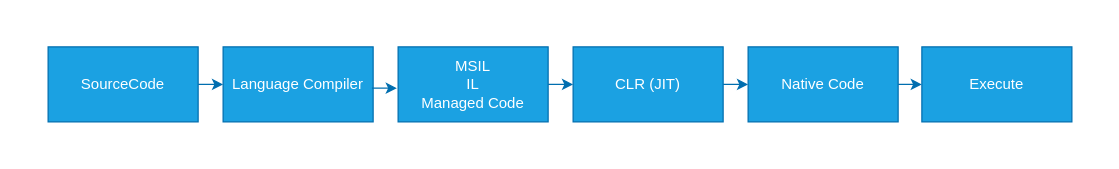
uwspstar/FullStack keeps this draw.io diagram as Img/101_dot-net-framework-code-exceution-flow.drawio. Above is the earlier version. Source tidied: cells renumbered, new cells numbered last; positions are measured from the earlier drawing's top-left corner, leaving out a move shared by most shapes. Both pictures are drawn from the tidied source at 125%, with x=0, y=0 at pixel (48, 46).
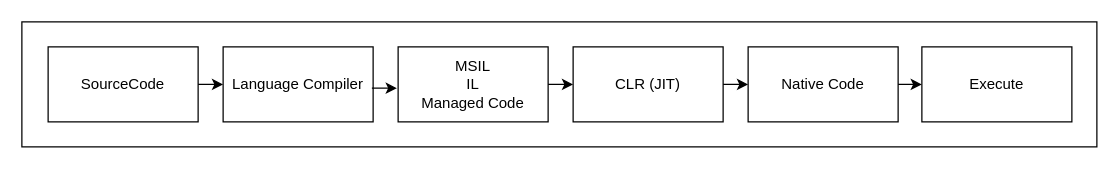
After the change.

What changed in the source:
```diff
@@
 <mxGraphModel>
   <root>
     <mxCell id="0" />
     <mxCell id="1" parent="0" />
+    <mxCell id="13" style="rounded=0;whiteSpace=wrap;html=1;fontColor=#000000;labelBackgroundColor=none;fontStyle=0;" parent="1" vertex="1">
+      <mxGeometry x="-21" y="-20" width="860" height="100" as="geometry" />
+    </mxCell>
-    <mxCell id="2" value="Execute" style="rounded=0;whiteSpace=wrap;html=1;fillColor=#1ba1e2;fontColor=#ffffff;strokeColor=#006EAF;" parent="1" vertex="1">
+    <mxCell id="2" value="Execute" style="rounded=0;whiteSpace=wrap;html=1;fontColor=#000000;labelBackgroundColor=none;fontStyle=0;" parent="1" vertex="1">
       <mxGeometry x="699" width="120" height="60" as="geometry" />
     </mxCell>
-    <mxCell id="3" value="Native Code" style="rounded=0;whiteSpace=wrap;html=1;fillColor=#1ba1e2;fontColor=#ffffff;strokeColor=#006EAF;" parent="1" vertex="1">
+    <mxCell id="3" value="Native Code" style="rounded=0;whiteSpace=wrap;html=1;fontColor=#000000;labelBackgroundColor=none;fontStyle=0;" parent="1" vertex="1">
       <mxGeometry x="560" width="120" height="60" as="geometry" />
     </mxCell>
-    <mxCell id="4" value="CLR (JIT)" style="rounded=0;whiteSpace=wrap;html=1;fillColor=#1ba1e2;fontColor=#ffffff;strokeColor=#006EAF;" parent="1" vertex="1">
+    <mxCell id="4" value="CLR (JIT)" style="rounded=0;whiteSpace=wrap;html=1;fontColor=#000000;labelBackgroundColor=none;fontStyle=0;" parent="1" vertex="1">
       <mxGeometry x="420" width="120" height="60" as="geometry" />
     </mxCell>
-    <mxCell id="5" value="MSIL&lt;br&gt;IL&lt;br&gt;Managed Code" style="rounded=0;whiteSpace=wrap;html=1;fillColor=#1ba1e2;fontColor=#ffffff;strokeColor=#006EAF;" parent="1" vertex="1">
+    <mxCell id="5" value="MSIL&lt;br&gt;IL&lt;br&gt;Managed Code" style="rounded=0;whiteSpace=wrap;html=1;fontColor=#000000;labelBackgroundColor=none;fontStyle=0;" parent="1" vertex="1">
       <mxGeometry x="280" width="120" height="60" as="geometry" />
     </mxCell>
-    <mxCell id="6" value="Language Compiler" style="rounded=0;whiteSpace=wrap;html=1;fillColor=#1ba1e2;fontColor=#ffffff;strokeColor=#006EAF;" parent="1" vertex="1">
+    <mxCell id="6" value="Language Compiler" style="rounded=0;whiteSpace=wrap;html=1;fontColor=#000000;labelBackgroundColor=none;fontStyle=0;" parent="1" vertex="1">
       <mxGeometry x="140" width="120" height="60" as="geometry" />
     </mxCell>
-    <mxCell id="7" value="SourceCode" style="rounded=0;whiteSpace=wrap;html=1;fillColor=#1ba1e2;fontColor=#ffffff;strokeColor=#006EAF;" parent="1" vertex="1">
+    <mxCell id="7" value="SourceCode" style="rounded=0;whiteSpace=wrap;html=1;fontColor=#000000;labelBackgroundColor=none;fontStyle=0;" parent="1" vertex="1">
       <mxGeometry width="120" height="60" as="geometry" />
     </mxCell>
-    <mxCell id="8" style="endArrow=classic;html=1;exitX=1;exitY=0.5;exitDx=0;exitDy=0;entryX=0;entryY=0.5;entryDx=0;entryDy=0;fillColor=#1ba1e2;strokeColor=#006EAF;" parent="1" edge="1" source="7" target="6">
+    <mxCell id="8" style="endArrow=classic;html=1;exitX=1;exitY=0.5;exitDx=0;exitDy=0;entryX=0;entryY=0.5;entryDx=0;entryDy=0;fontColor=#000000;labelBackgroundColor=none;fontStyle=0;" parent="1" edge="1" source="7" target="6">
       <mxGeometry relative="1" as="geometry" />
     </mxCell>
-    <mxCell id="9" style="endArrow=classic;html=1;exitX=1;exitY=0.5;exitDx=0;exitDy=0;entryX=0;entryY=0.5;entryDx=0;entryDy=0;fillColor=#1ba1e2;strokeColor=#006EAF;" parent="1" edge="1">
+    <mxCell id="9" style="endArrow=classic;html=1;exitX=1;exitY=0.5;exitDx=0;exitDy=0;entryX=0;entryY=0.5;entryDx=0;entryDy=0;fontColor=#000000;labelBackgroundColor=none;fontStyle=0;" parent="1" edge="1">
       <mxGeometry relative="1" as="geometry">
         <mxPoint x="259" y="33" as="sourcePoint" />
         <mxPoint x="279" y="33" as="targetPoint" />
       </mxGeometry>
     </mxCell>
-    <mxCell id="10" style="endArrow=classic;html=1;exitX=1;exitY=0.5;exitDx=0;exitDy=0;entryX=0;entryY=0.5;entryDx=0;entryDy=0;fillColor=#1ba1e2;strokeColor=#006EAF;" parent="1" edge="1" source="5" target="4">
+    <mxCell id="10" style="endArrow=classic;html=1;exitX=1;exitY=0.5;exitDx=0;exitDy=0;entryX=0;entryY=0.5;entryDx=0;entryDy=0;fontColor=#000000;labelBackgroundColor=none;fontStyle=0;" parent="1" edge="1" source="5" target="4">
       <mxGeometry relative="1" as="geometry" />
     </mxCell>
-    <mxCell id="11" style="endArrow=classic;html=1;exitX=1;exitY=0.5;exitDx=0;exitDy=0;entryX=0;entryY=0.5;entryDx=0;entryDy=0;fillColor=#1ba1e2;strokeColor=#006EAF;" parent="1" edge="1" source="4" target="3">
+    <mxCell id="11" style="endArrow=classic;html=1;exitX=1;exitY=0.5;exitDx=0;exitDy=0;entryX=0;entryY=0.5;entryDx=0;entryDy=0;fontColor=#000000;labelBackgroundColor=none;fontStyle=0;" parent="1" edge="1" source="4" target="3">
       <mxGeometry relative="1" as="geometry" />
     </mxCell>
-    <mxCell id="12" style="endArrow=classic;html=1;exitX=1;exitY=0.5;exitDx=0;exitDy=0;fillColor=#1ba1e2;strokeColor=#006EAF;" parent="1" edge="1" source="3" target="2">
+    <mxCell id="12" style="endArrow=classic;html=1;exitX=1;exitY=0.5;exitDx=0;exitDy=0;fontColor=#000000;labelBackgroundColor=none;fontStyle=0;" parent="1" edge="1" source="3" target="2">
       <mxGeometry relative="1" as="geometry" />
     </mxCell>
   </root>
 </mxGraphModel>
```
